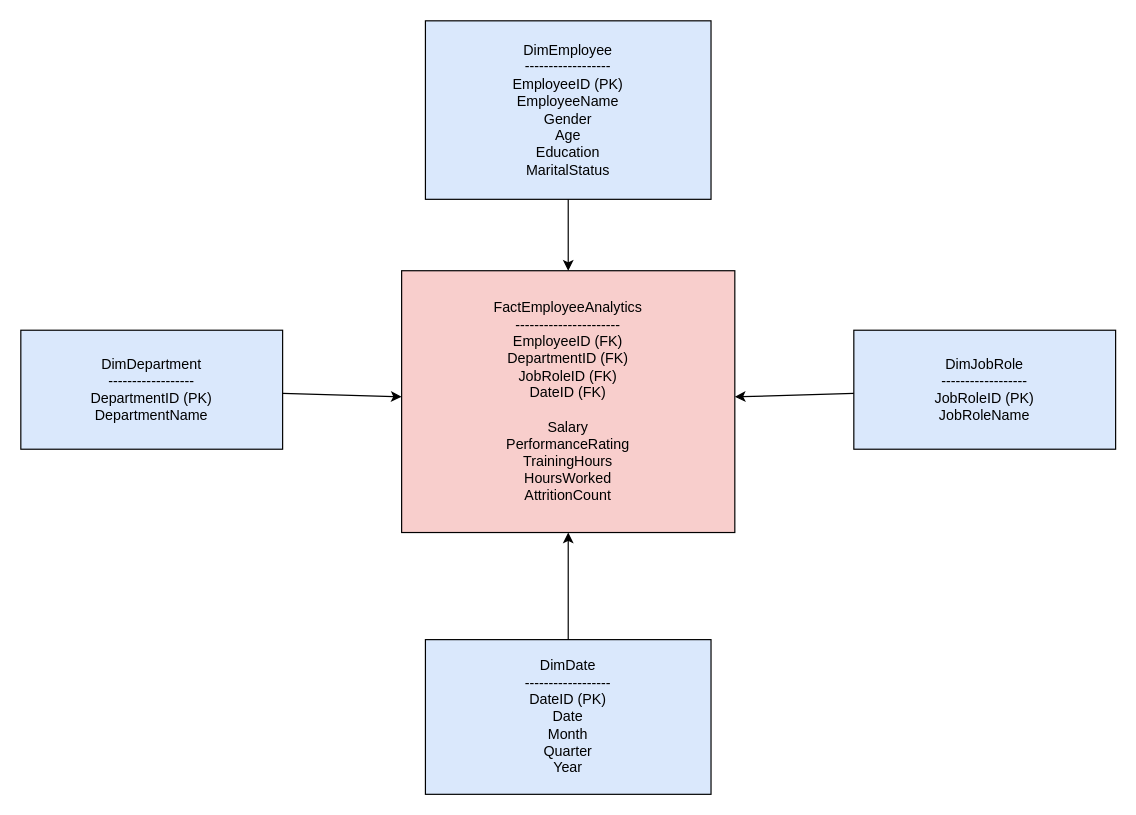
Earlier version of the draw.io diagram diagram/ER_Diagram_OLAP.drawio (Sanviiiii/TalentTrace). Source tidied: cells renumbered, new cells numbered last; positions are measured from the earlier drawing's top-left corner, leaving out a move shared by most shapes. Both pictures are drawn from the tidied source at 119%, with x=0, y=0 at pixel (20, 20).
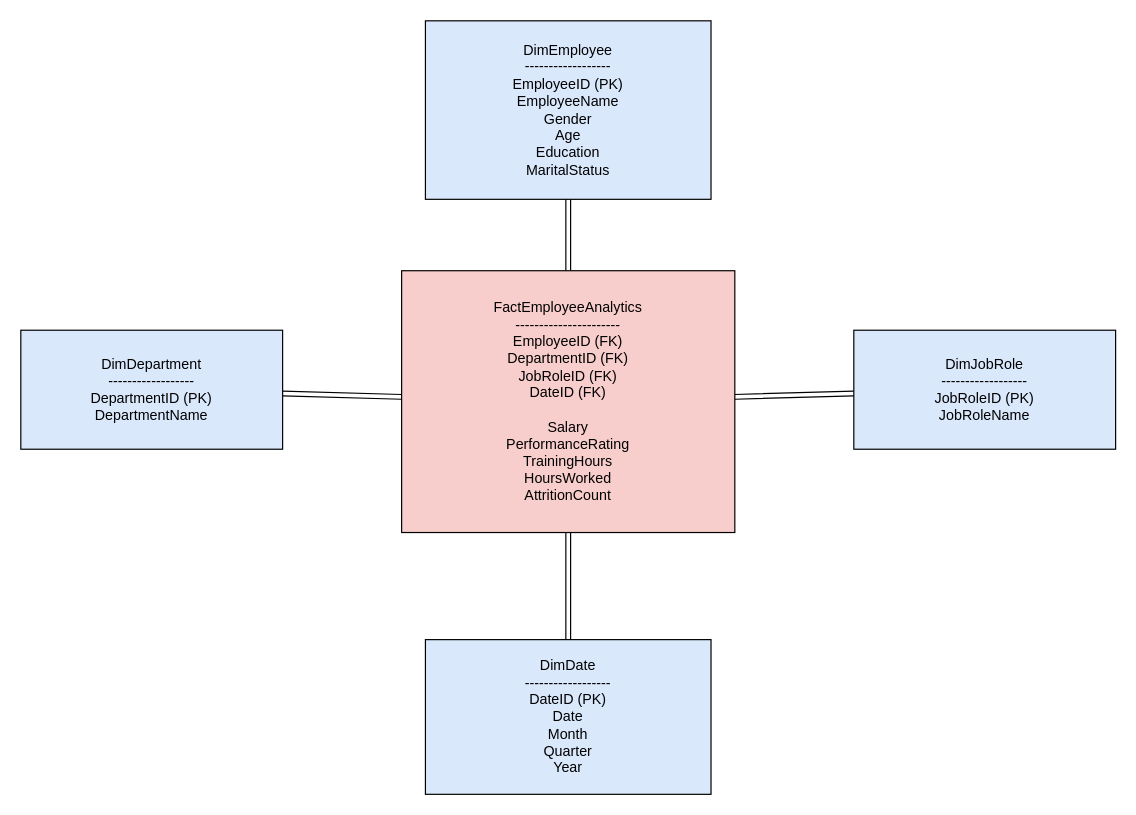
The same diagram, later.

Commit message (it also covers changes not shown here):
Added OLTP and OLAP diagrams

Change to the diagram source:
```diff
@@
 <mxGraphModel>
   <root>
     <mxCell id="0" />
     <mxCell id="1" parent="0" />
     <mxCell id="2" value="FactEmployeeAnalytics&#10;----------------------&#10;EmployeeID (FK)&#10;DepartmentID (FK)&#10;JobRoleID (FK)&#10;DateID (FK)&#10;&#10;Salary&#10;PerformanceRating&#10;TrainingHours&#10;HoursWorked&#10;AttritionCount" style="whiteSpace=wrap;html=1;fillColor=#f8cecc;" parent="1" vertex="1">
       <mxGeometry x="320" y="210" width="280" height="220" as="geometry" />
     </mxCell>
     <mxCell id="3" value="DimEmployee&#10;------------------&#10;EmployeeID (PK)&#10;EmployeeName&#10;Gender&#10;Age&#10;Education&#10;MaritalStatus" style="whiteSpace=wrap;html=1;fillColor=#dae8fc;" parent="1" vertex="1">
       <mxGeometry x="340" width="240" height="150" as="geometry" />
     </mxCell>
     <mxCell id="4" value="DimDepartment&#10;------------------&#10;DepartmentID (PK)&#10;DepartmentName" style="whiteSpace=wrap;html=1;fillColor=#dae8fc;" parent="1" vertex="1">
       <mxGeometry y="260" width="220" height="100" as="geometry" />
     </mxCell>
     <mxCell id="5" value="DimJobRole&#10;------------------&#10;JobRoleID (PK)&#10;JobRoleName" style="whiteSpace=wrap;html=1;fillColor=#dae8fc;" parent="1" vertex="1">
       <mxGeometry x="700" y="260" width="220" height="100" as="geometry" />
     </mxCell>
     <mxCell id="6" value="DimDate&#10;------------------&#10;DateID (PK)&#10;Date&#10;Month&#10;Quarter&#10;Year" style="whiteSpace=wrap;html=1;fillColor=#dae8fc;" parent="1" vertex="1">
       <mxGeometry x="340" y="520" width="240" height="130" as="geometry" />
     </mxCell>
-    <mxCell id="7" parent="1" edge="1" source="3" target="2">
+    <mxCell id="7" style="shape=link;" parent="1" edge="1" source="3" target="2">
       <mxGeometry relative="1" as="geometry" />
     </mxCell>
-    <mxCell id="8" parent="1" edge="1" source="4" target="2">
+    <mxCell id="8" style="shape=link;" parent="1" edge="1" source="4" target="2">
       <mxGeometry relative="1" as="geometry" />
     </mxCell>
-    <mxCell id="9" parent="1" edge="1" source="5" target="2">
+    <mxCell id="9" style="shape=link;" parent="1" edge="1" source="5" target="2">
       <mxGeometry relative="1" as="geometry" />
     </mxCell>
-    <mxCell id="10" parent="1" edge="1" source="6" target="2">
+    <mxCell id="10" style="shape=link;" parent="1" edge="1" source="6" target="2">
       <mxGeometry relative="1" as="geometry" />
     </mxCell>
   </root>
 </mxGraphModel>
```
